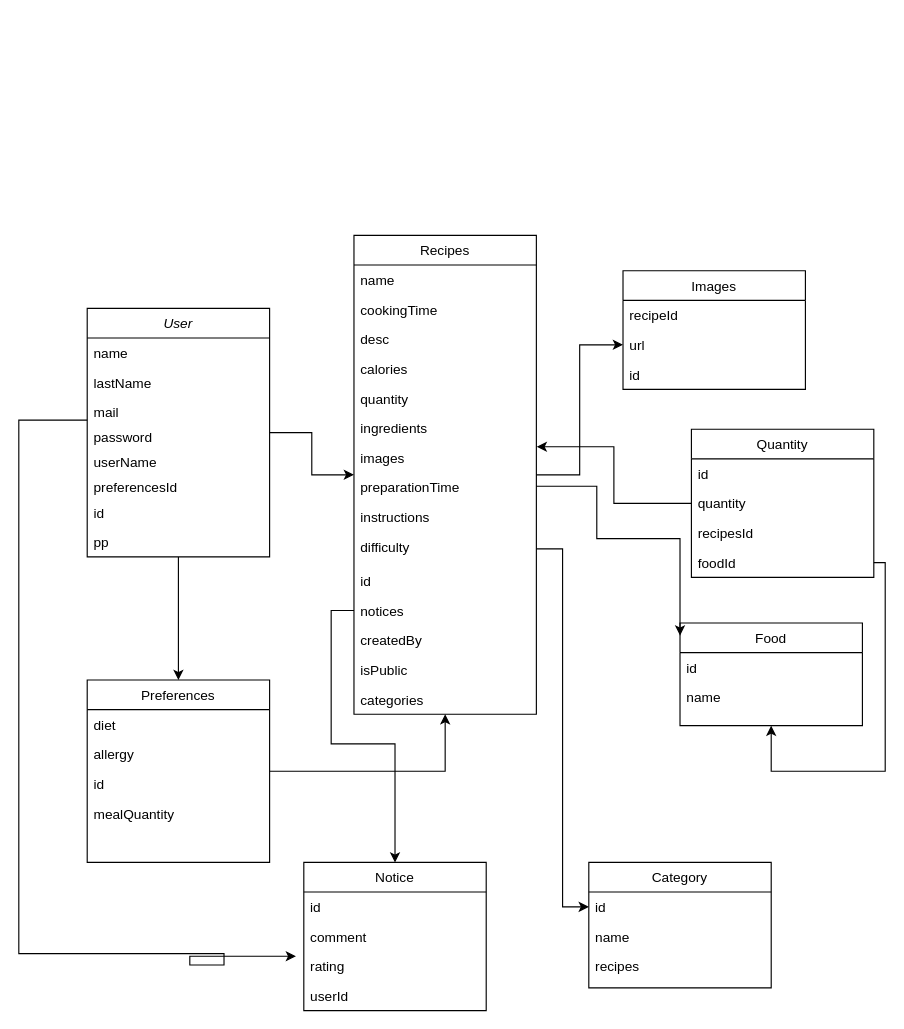
Before: Cookify.drawio in inesbrm69/Cookify, a draw.io diagram. Source tidied: cells renumbered, new cells numbered last; positions are measured from the earlier drawing's top-left corner, leaving out a move shared by most shapes. Both pictures are drawn from the tidied source at 114%, with x=0, y=0 at pixel (18, 235).
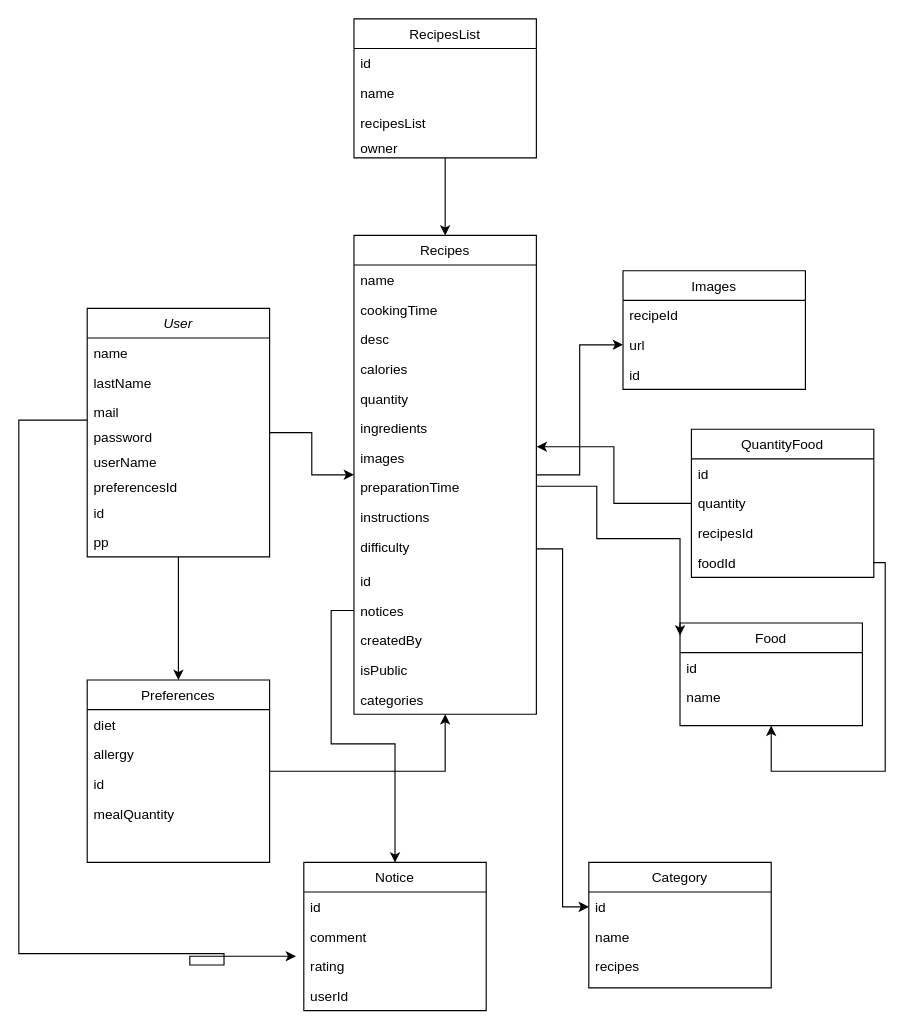
Above is the later version.

Commit message:
Mettre à jour Cookify.drawio

The change refers to these unchanged cells:
```xml
<mxCell id="13" value="Recipes" style="swimlane;fontStyle=0;align=center;verticalAlign=top;horizontal=1;startSize=26;rounded=0;shadow=0;strokeWidth=1;" parent="1" vertex="1">
  <mxGeometry x="294" width="160" height="420" as="geometry" />
</mxCell>
```

Change to the diagram source:
```diff
@@
-    <mxCell id="56" value="Quantity" style="swimlane;fontStyle=0;align=center;verticalAlign=top;horizontal=1;startSize=26;rounded=0;shadow=0;strokeWidth=1;" parent="1" vertex="1">
+    <mxCell id="56" value="QuantityFood" style="swimlane;fontStyle=0;align=center;verticalAlign=top;horizontal=1;startSize=26;rounded=0;shadow=0;strokeWidth=1;" parent="1" vertex="1">
       <mxGeometry x="590" y="170" width="160" height="130" as="geometry" />
     </mxCell>
@@
+    <mxCell id="63" style="edgeStyle=orthogonalEdgeStyle;rounded=0;jettySize=auto;html=1;entryX=0.5;entryY=0;entryDx=0;entryDy=0;" parent="1" edge="1" source="64" target="13">
+      <mxGeometry relative="1" as="geometry" />
+    </mxCell>
+    <mxCell id="64" value="RecipesList" style="swimlane;fontStyle=0;align=center;verticalAlign=top;horizontal=1;startSize=26;rounded=0;shadow=0;strokeWidth=1;" parent="1" vertex="1">
+      <mxGeometry x="294" y="-190" width="160" height="122" as="geometry" />
+    </mxCell>
+    <mxCell id="65" value="id" style="text;align=left;verticalAlign=top;spacingLeft=4;spacingRight=4;overflow=hidden;" parent="64" vertex="1">
+      <mxGeometry y="26" width="160" height="26" as="geometry" />
+    </mxCell>
+    <mxCell id="66" value="name" style="text;align=left;verticalAlign=top;spacingLeft=4;spacingRight=4;overflow=hidden;rounded=0;shadow=0;html=0;" parent="64" vertex="1">
+      <mxGeometry y="52" width="160" height="26" as="geometry" />
+    </mxCell>
+    <mxCell id="67" value="recipesList" style="text;align=left;verticalAlign=top;spacingLeft=4;spacingRight=4;overflow=hidden;rounded=0;shadow=0;html=0;" parent="64" vertex="1">
+      <mxGeometry y="78" width="160" height="22" as="geometry" />
+    </mxCell>
+    <mxCell id="68" value="owner" style="text;align=left;verticalAlign=top;spacingLeft=4;spacingRight=4;overflow=hidden;" parent="64" vertex="1">
+      <mxGeometry y="100" width="160" height="22" as="geometry" />
+    </mxCell>
```
